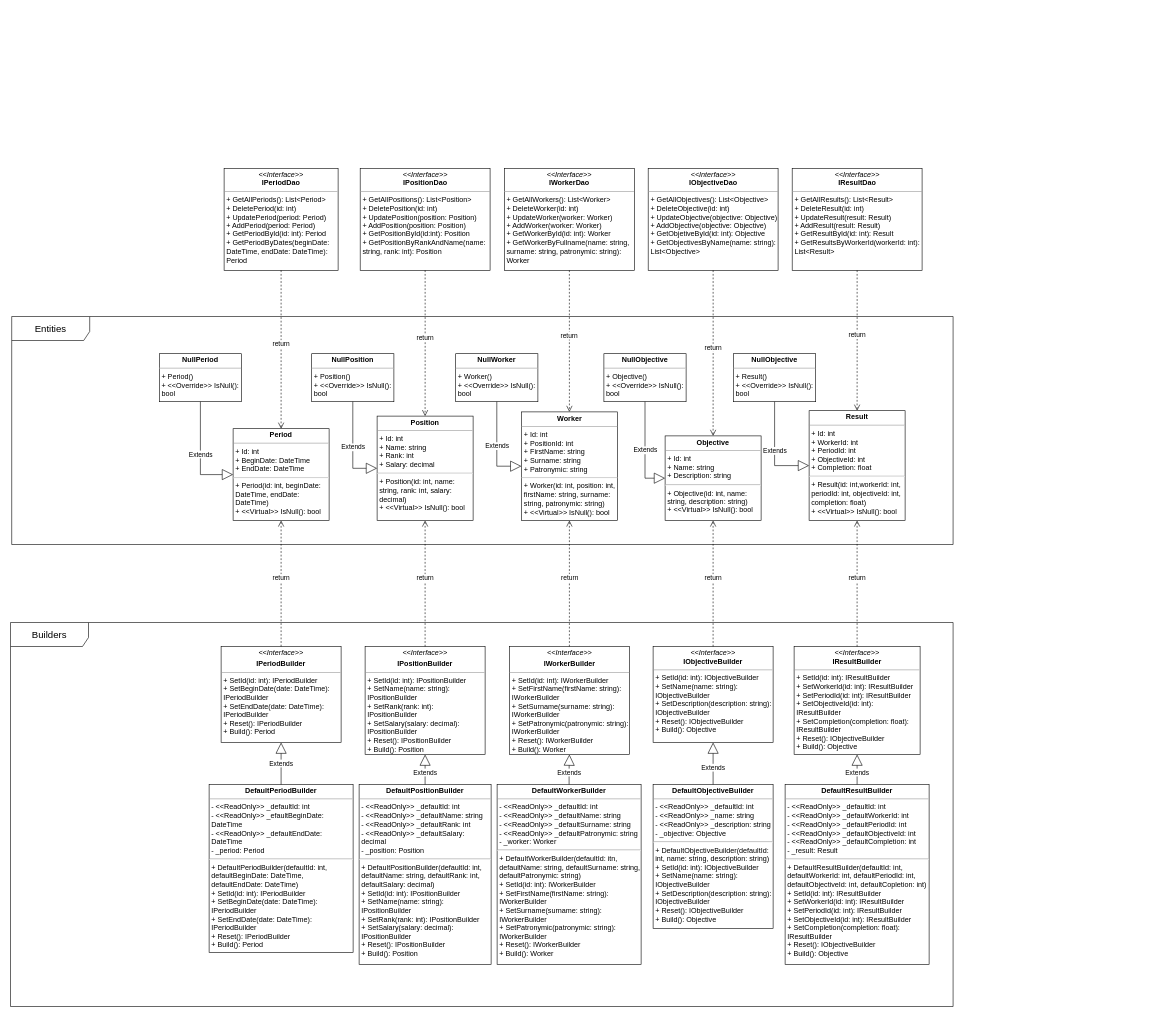
Earlier version of the draw.io diagram TaPP_First_Practice_Design.drawio (Mehanari/TaPP_Designs). Source tidied: cells renumbered, new cells numbered last; positions are measured from the earlier drawing's top-left corner, leaving out a move shared by most shapes. Both pictures are drawn from the tidied source at 60%, with x=0, y=0 at pixel (10, 168).
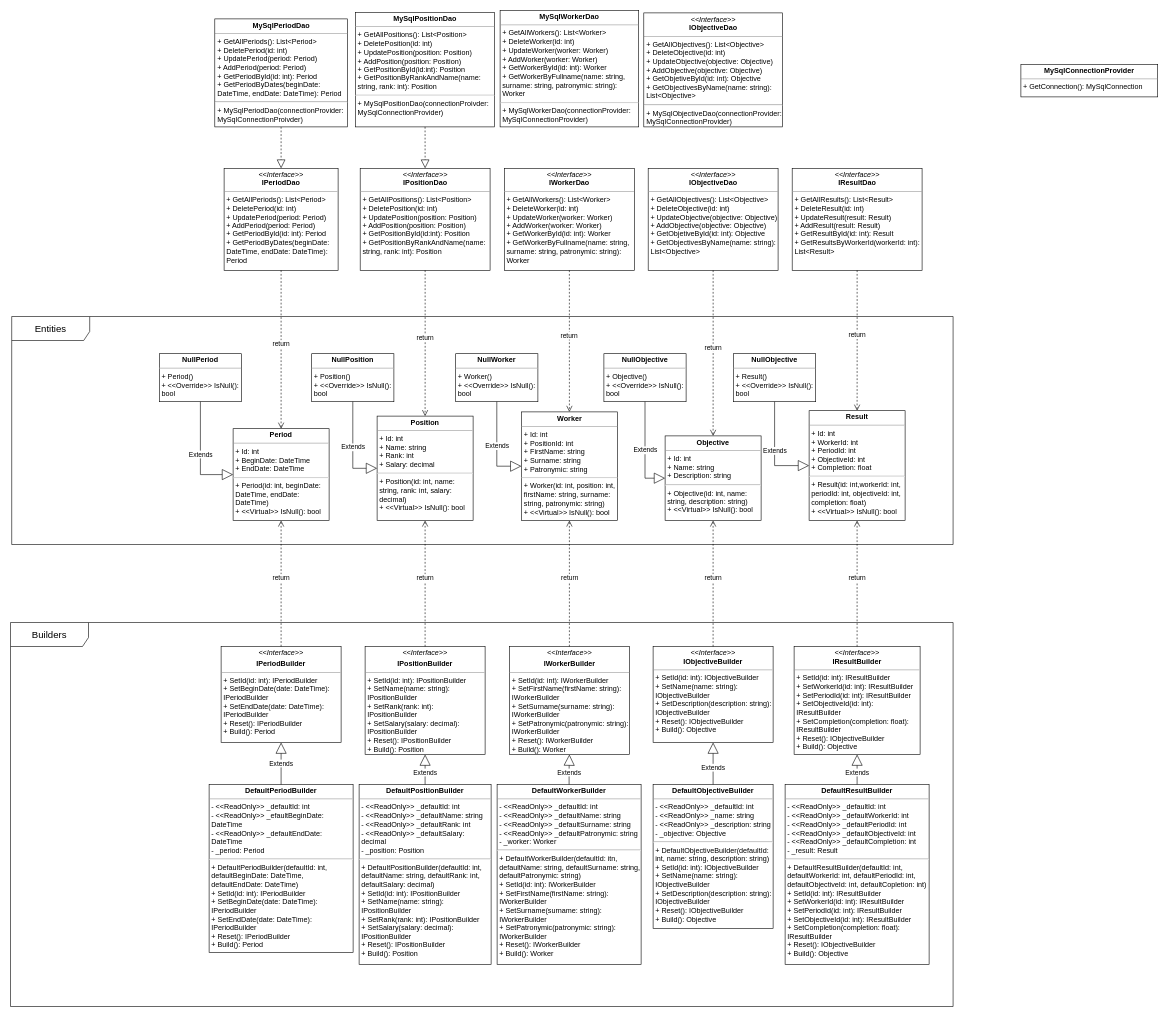
The same diagram, later.

The change refers to these unchanged cells:
```xml
<mxCell id="29" value="&lt;p style=&quot;margin:0px;margin-top:4px;text-align:center;&quot;&gt;&lt;i&gt;&amp;lt;&amp;lt;Interface&amp;gt;&amp;gt;&lt;/i&gt;&lt;br&gt;&lt;b&gt;IPeriodDao&lt;/b&gt;&lt;/p&gt;&lt;hr size=&quot;1&quot;&gt;&lt;p style=&quot;margin:0px;margin-left:4px;&quot;&gt;+ GetAllPeriods(): List&amp;lt;Period&amp;gt;&lt;/p&gt;&lt;p style=&quot;margin:0px;margin-left:4px;&quot;&gt;+ DeletePeriod(id: int)&lt;/p&gt;&lt;p style=&quot;margin:0px;margin-left:4px;&quot;&gt;+ UpdatePeriod(period: Period)&lt;/p&gt;&lt;p style=&quot;margin:0px;margin-left:4px;&quot;&gt;+ AddPeriod(period: Period)&lt;/p&gt;&lt;p style=&quot;margin:0px;margin-left:4px;&quot;&gt;+ GetPeriodById(id: int): Period&lt;/p&gt;&lt;p style=&quot;margin:0px;margin-left:4px;&quot;&gt;+ GetPeriodByDates(beginDate: DateTime, endDate: DateTime): Period&lt;/p&gt;" style="verticalAlign=top;align=left;overflow=fill;fontSize=12;fontFamily=Helvetica;html=1;whiteSpace=wrap;" parent="1" vertex="1">
  <mxGeometry x="356" width="190" height="170" as="geometry" />
</mxCell>
<mxCell id="30" value="&lt;p style=&quot;margin:0px;margin-top:4px;text-align:center;&quot;&gt;&lt;i&gt;&amp;lt;&amp;lt;Interface&amp;gt;&amp;gt;&lt;/i&gt;&lt;br&gt;&lt;b&gt;IPositionDao&lt;/b&gt;&lt;/p&gt;&lt;hr size=&quot;1&quot;&gt;&lt;p style=&quot;margin:0px;margin-left:4px;&quot;&gt;+ GetAllPositions(): List&amp;lt;Position&amp;gt;&lt;/p&gt;&lt;p style=&quot;margin:0px;margin-left:4px;&quot;&gt;+ DeletePosition(id: int)&lt;/p&gt;&lt;p style=&quot;margin:0px;margin-left:4px;&quot;&gt;+ UpdatePosition(position: Position)&lt;/p&gt;&lt;p style=&quot;margin:0px;margin-left:4px;&quot;&gt;+ AddPosition(position: Position)&lt;/p&gt;&lt;p style=&quot;margin:0px;margin-left:4px;&quot;&gt;+ GetPositionById(id:int): Position&lt;/p&gt;&lt;p style=&quot;margin:0px;margin-left:4px;&quot;&gt;+ GetPositionByRankAndName(name: string, rank: int): Position&lt;/p&gt;" style="verticalAlign=top;align=left;overflow=fill;fontSize=12;fontFamily=Helvetica;html=1;whiteSpace=wrap;" parent="1" vertex="1">
  <mxGeometry x="582.8" width="216.5" height="170" as="geometry" />
</mxCell>
```

The edit, as a diff of the source:
```diff
@@
+    <mxCell id="49" value="&lt;p style=&quot;margin:0px;margin-top:4px;text-align:center;&quot;&gt;&lt;b&gt;MySqlConnectionProvider&lt;/b&gt;&lt;/p&gt;&lt;hr size=&quot;1&quot;&gt;&lt;p style=&quot;margin:0px;margin-left:4px;&quot;&gt;+ GetConnection(): MySqlConnection&lt;/p&gt;" style="verticalAlign=top;align=left;overflow=fill;fontSize=12;fontFamily=Helvetica;html=1;whiteSpace=wrap;" parent="1" vertex="1">
+      <mxGeometry x="1684" y="-173" width="228" height="54" as="geometry" />
+    </mxCell>
+    <mxCell id="50" value="&lt;p style=&quot;margin:0px;margin-top:4px;text-align:center;&quot;&gt;&lt;b&gt;MySqlPeriodDao&lt;/b&gt;&lt;/p&gt;&lt;hr size=&quot;1&quot;&gt;&lt;p style=&quot;margin:0px;margin-left:4px;&quot;&gt;+ GetAllPeriods(): List&amp;lt;Period&amp;gt;&lt;/p&gt;&lt;p style=&quot;margin:0px;margin-left:4px;&quot;&gt;+ DeletePeriod(id: int)&lt;/p&gt;&lt;p style=&quot;margin:0px;margin-left:4px;&quot;&gt;+ UpdatePeriod(period: Period)&lt;/p&gt;&lt;p style=&quot;margin:0px;margin-left:4px;&quot;&gt;+ AddPeriod(period: Period)&lt;/p&gt;&lt;p style=&quot;margin:0px;margin-left:4px;&quot;&gt;+ GetPeriodById(id: int): Period&lt;/p&gt;&lt;p style=&quot;margin:0px;margin-left:4px;&quot;&gt;+ GetPeriodByDates(beginDate: DateTime, endDate: DateTime): Period&lt;/p&gt;&lt;hr&gt;&lt;p style=&quot;margin:0px;margin-left:4px;&quot;&gt;+ MySqlPeriodDao(connectionProvider: MySqlConnectionProivder)&lt;/p&gt;" style="verticalAlign=top;align=left;overflow=fill;fontSize=12;fontFamily=Helvetica;html=1;whiteSpace=wrap;" parent="1" vertex="1">
+      <mxGeometry x="340.5" y="-249" width="221" height="180" as="geometry" />
+    </mxCell>
+    <mxCell id="51" value="&lt;p style=&quot;margin:0px;margin-top:4px;text-align:center;&quot;&gt;&lt;b&gt;MySqlPositionDao&lt;/b&gt;&lt;/p&gt;&lt;hr size=&quot;1&quot;&gt;&lt;p style=&quot;margin:0px;margin-left:4px;&quot;&gt;+ GetAllPositions(): List&amp;lt;Position&amp;gt;&lt;/p&gt;&lt;p style=&quot;margin:0px;margin-left:4px;&quot;&gt;+ DeletePosition(id: int)&lt;/p&gt;&lt;p style=&quot;margin:0px;margin-left:4px;&quot;&gt;+ UpdatePosition(position: Position)&lt;/p&gt;&lt;p style=&quot;margin:0px;margin-left:4px;&quot;&gt;+ AddPosition(position: Position)&lt;/p&gt;&lt;p style=&quot;margin:0px;margin-left:4px;&quot;&gt;+ GetPositionById(id:int): Position&lt;/p&gt;&lt;p style=&quot;margin:0px;margin-left:4px;&quot;&gt;+ GetPositionByRankAndName(name: string, rank: int): Position&lt;/p&gt;&lt;hr&gt;&lt;p style=&quot;margin:0px;margin-left:4px;&quot;&gt;+ MySqlPositionDao(connectionProivder: MySqlConnectionProvider)&lt;/p&gt;" style="verticalAlign=top;align=left;overflow=fill;fontSize=12;fontFamily=Helvetica;html=1;whiteSpace=wrap;" parent="1" vertex="1">
+      <mxGeometry x="575.2" y="-260" width="231.5" height="191" as="geometry" />
+    </mxCell>
+    <mxCell id="52" style="endArrow=block;dashed=1;endFill=0;endSize=12;html=1;rounded=0;exitX=0.5;exitY=1;exitDx=0;exitDy=0;entryX=0.5;entryY=0;entryDx=0;entryDy=0;edgeStyle=orthogonalEdgeStyle;" parent="1" edge="1" source="50" target="29">
+      <mxGeometry relative="1" as="geometry" />
+    </mxCell>
+    <mxCell id="53" style="endArrow=block;dashed=1;endFill=0;endSize=12;html=1;rounded=0;exitX=0.5;exitY=1;exitDx=0;exitDy=0;entryX=0.5;entryY=0;entryDx=0;entryDy=0;edgeStyle=orthogonalEdgeStyle;" parent="1" edge="1" source="51" target="30">
+      <mxGeometry relative="1" as="geometry" />
+    </mxCell>
+    <mxCell id="54" value="&lt;p style=&quot;margin:0px;margin-top:4px;text-align:center;&quot;&gt;&lt;b&gt;MySqlWorkerDao&lt;/b&gt;&lt;/p&gt;&lt;hr size=&quot;1&quot;&gt;&lt;p style=&quot;margin:0px;margin-left:4px;&quot;&gt;+ GetAllWorkers(): List&amp;lt;Worker&amp;gt;&lt;/p&gt;&lt;p style=&quot;margin:0px;margin-left:4px;&quot;&gt;+ DeleteWorker(id: int)&lt;/p&gt;&lt;p style=&quot;margin:0px;margin-left:4px;&quot;&gt;+ UpdateWorker(worker: Worker)&lt;/p&gt;&lt;p style=&quot;margin:0px;margin-left:4px;&quot;&gt;+ AddWorker(worker: Worker)&lt;/p&gt;&lt;p style=&quot;margin:0px;margin-left:4px;&quot;&gt;+ GetWorkerById(id: int): Worker&lt;/p&gt;&lt;p style=&quot;margin:0px;margin-left:4px;&quot;&gt;+ GetWorkerByFullname(name: string, surname: string, patronymic: string): Worker&lt;/p&gt;&lt;hr&gt;&lt;p style=&quot;margin:0px;margin-left:4px;&quot;&gt;+ MySqlWorkerDao(connectionProvider: MySqlConnectionProvider)&lt;/p&gt;" style="verticalAlign=top;align=left;overflow=fill;fontSize=12;fontFamily=Helvetica;html=1;whiteSpace=wrap;" parent="1" vertex="1">
+      <mxGeometry x="816" y="-263" width="231" height="194" as="geometry" />
+    </mxCell>
+    <mxCell id="55" value="&lt;p style=&quot;margin:0px;margin-top:4px;text-align:center;&quot;&gt;&lt;i&gt;&amp;lt;&amp;lt;Interface&amp;gt;&amp;gt;&lt;/i&gt;&lt;br&gt;&lt;b&gt;IObjectiveDao&lt;/b&gt;&lt;/p&gt;&lt;hr size=&quot;1&quot;&gt;&lt;p style=&quot;margin:0px;margin-left:4px;&quot;&gt;+ GetAllObjectives(): List&amp;lt;Objective&amp;gt;&lt;/p&gt;&lt;p style=&quot;margin:0px;margin-left:4px;&quot;&gt;+ DeleteObjective(id: int)&lt;/p&gt;&lt;p style=&quot;margin:0px;margin-left:4px;&quot;&gt;+ UpdateObjective(objective: Objective)&lt;/p&gt;&lt;p style=&quot;margin:0px;margin-left:4px;&quot;&gt;+ AddObjective(objective: Objective)&lt;/p&gt;&lt;p style=&quot;margin:0px;margin-left:4px;&quot;&gt;+ GetObjetiveById(id: int): Objective&lt;/p&gt;&lt;p style=&quot;margin:0px;margin-left:4px;&quot;&gt;+ GetObjectivesByName(name: string): List&amp;lt;Objective&amp;gt;&lt;/p&gt;&lt;hr&gt;&lt;p style=&quot;margin:0px;margin-left:4px;&quot;&gt;+ MySqlObjectiveDao(connectionProvider: MySqlConnectionProvider)&lt;/p&gt;" style="verticalAlign=top;align=left;overflow=fill;fontSize=12;fontFamily=Helvetica;html=1;whiteSpace=wrap;" parent="1" vertex="1">
+      <mxGeometry x="1055.5" y="-259" width="231" height="190" as="geometry" />
+    </mxCell>
```
